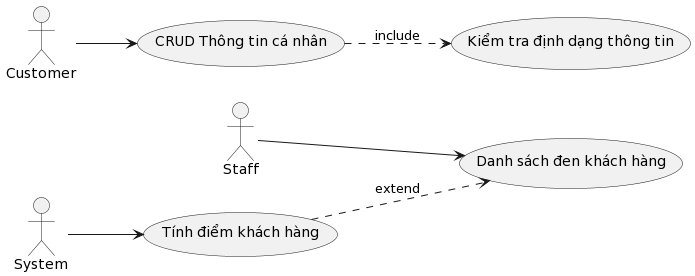
dangthuanvo/Ky-Thuat-Phan-Tich-Yeu-Cau keeps this PlantUML diagram as Lab2.2/Usecase/Image/Use case Quản lí khách hàng.png. Above is the earlier version. Source of this version:
```plantuml
@startuml
left to right direction

actor Staff as sta
actor System as sys
actor Customer as cus
usecase "Danh sách đen khách hàng" as uc1
usecase "Tính điểm khách hàng" as uc2
usecase "CRUD Thông tin cá nhân" as uc3
usecase "Kiểm tra định dạng thông tin" as uc4

sta--> uc1
uc2 ..> uc1 :extend
sys --> uc2
cus --> uc3
uc3 ..> uc4 : include
@enduml
```
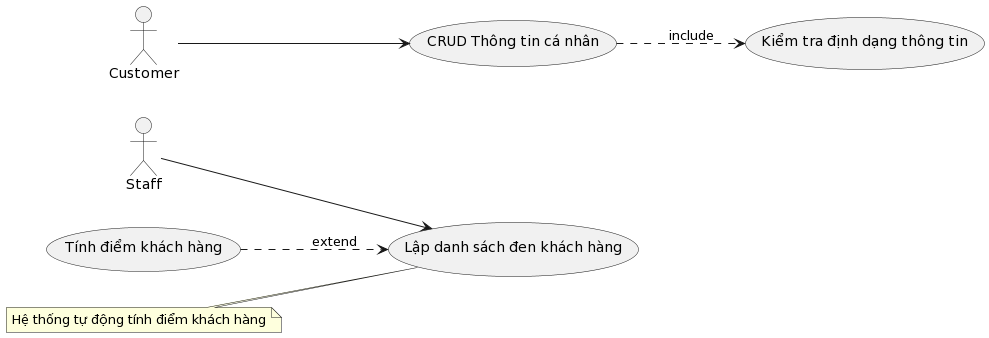
The same file after the commit.

Diff of the diagram source:
```diff
@@ -2,16 +2,18 @@
 left to right direction
 
 actor Staff as sta
-actor System as sys
 actor Customer as cus
-usecase "Danh sách đen khách hàng" as uc1
+usecase "Lập danh sách đen khách hàng" as uc1
 usecase "Tính điểm khách hàng" as uc2
 usecase "CRUD Thông tin cá nhân" as uc3
 usecase "Kiểm tra định dạng thông tin" as uc4
 
-sta--> uc1
-uc2 ..> uc1 :extend
-sys --> uc2
+sta --> uc1
+uc2 ..> uc1 : extend
 cus --> uc3
 uc3 ..> uc4 : include
+
+note "Hệ thống tự động tính điểm khách hàng" as n2
+
+n2 .. uc1
 @enduml
```
